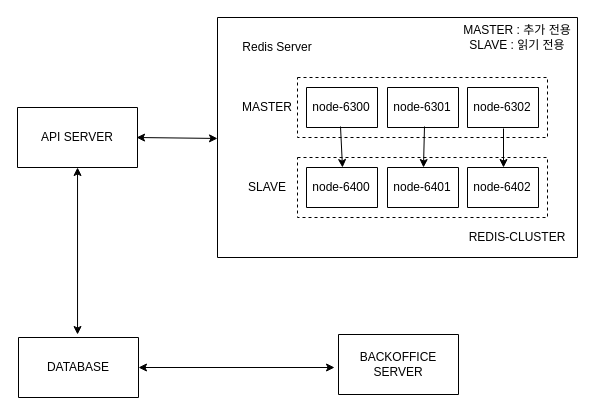
This is Untitled Diagram.drawio from BaekSeungJo/Diagram, a draw.io file, before an edit. Source tidied: cells renumbered, new cells numbered last; positions are measured from the earlier drawing's top-left corner, leaving out a move shared by most shapes. Both pictures are drawn from the tidied source at 100%, with x=0, y=0 at pixel (17, 17).
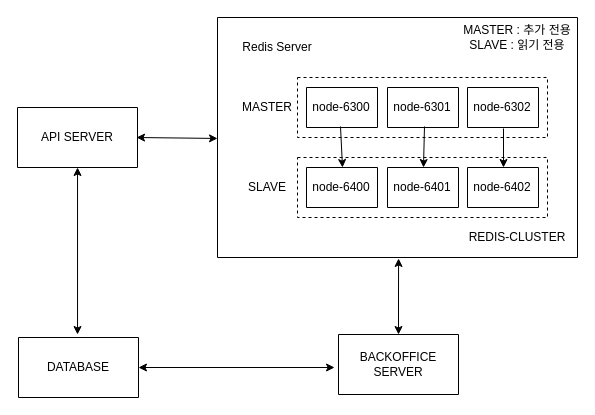
Above is the later version.

The change refers to these unchanged cells:
```xml
<mxCell id="2" style="verticalLabelPosition=bottom;verticalAlign=top;html=1;shape=mxgraph.basic.rect;fillColor2=none;strokeWidth=1;size=20;indent=5;horizontal=1;" parent="1" vertex="1">
  <mxGeometry x="200" width="360" height="240" as="geometry" />
</mxCell>
<mxCell id="32" style="verticalLabelPosition=bottom;verticalAlign=top;html=1;shape=mxgraph.basic.rect;fillColor2=none;strokeWidth=1;size=20;indent=5;horizontal=1;" parent="1" vertex="1">
  <mxGeometry x="321" y="317" width="120" height="60" as="geometry" />
</mxCell>
```

The edit, as a diff of the source:
```diff
@@
+    <mxCell id="34" style="edgeStyle=orthogonalEdgeStyle;rounded=0;jettySize=auto;html=1;entryX=0.503;entryY=1.004;entryDx=0;entryDy=0;entryPerimeter=0;startArrow=classic;startFill=1;" parent="1" edge="1" source="32" target="2">
+      <mxGeometry relative="1" as="geometry" />
+    </mxCell>
```
